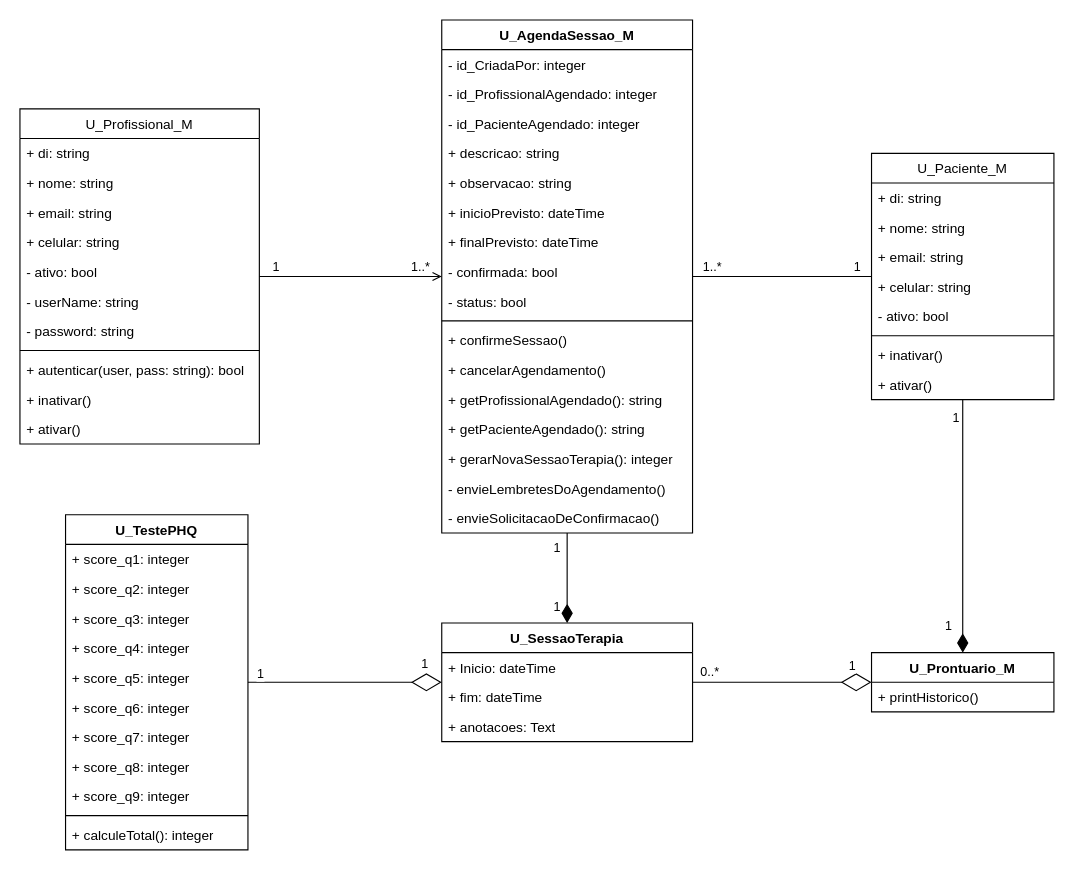
The draw.io diagram SGCP Diagrama de classes.drawio in samaronesalles/SGCP, before the edit. Source tidied: cells renumbered, new cells numbered last; positions are measured from the earlier drawing's top-left corner, leaving out a move shared by most shapes. Both pictures are drawn from the tidied source at 114%, with x=0, y=0 at pixel (19, 19).
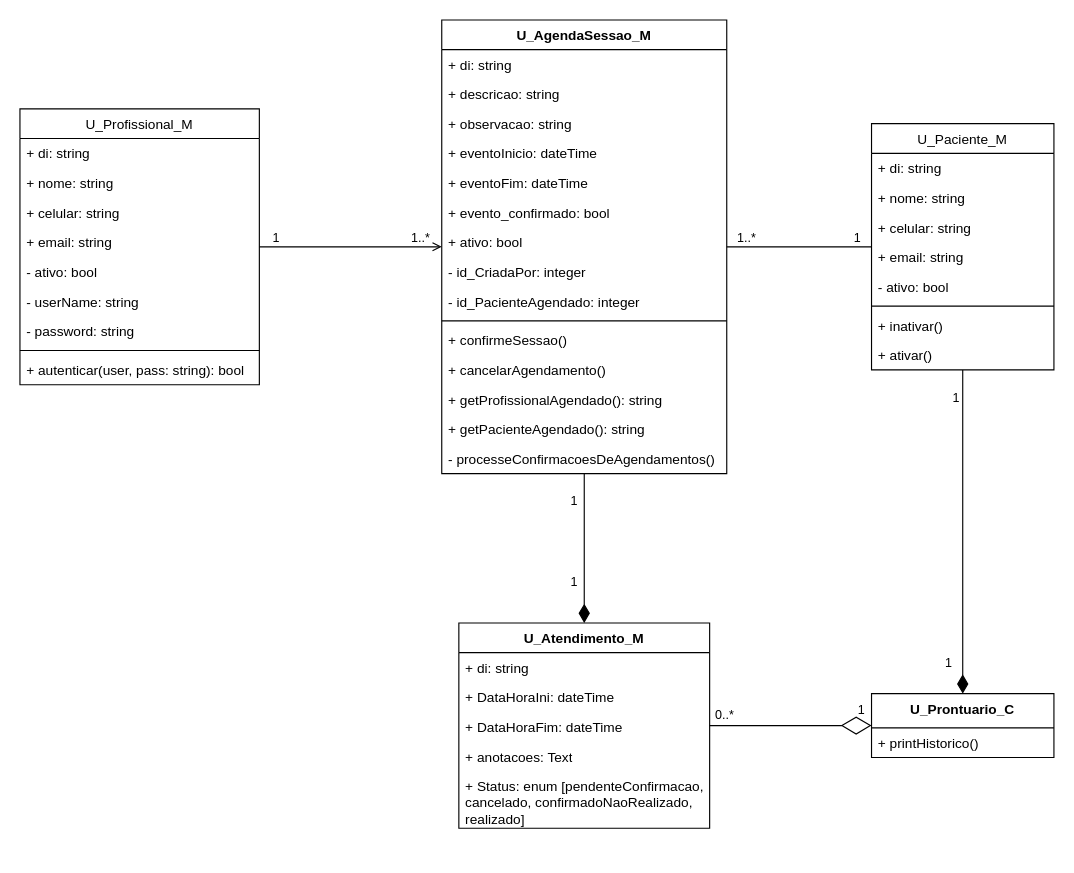
The same diagram, later.

Commit message (it also covers changes not shown here):
[*] Atualizado collection postman da API; [*] Correção de apresentação de eventos da agenda; [*] Atualizado modelo ER do banco de dados; [*] Atualizado modelo de classes utilizado.

Diff of the diagram source:
```diff
@@
     <mxCell id="2" value="&lt;span style=&quot;font-weight: 400;&quot;&gt;U_Profissional_M&lt;/span&gt;" style="swimlane;fontStyle=1;align=center;verticalAlign=top;horizontal=1;startSize=26;whiteSpace=wrap;html=1;" parent="1" vertex="1">
-      <mxGeometry y="78" width="210" height="294" as="geometry" />
+      <mxGeometry y="78" width="210" height="242" as="geometry" />
     </mxCell>
@@
+    <mxCell id="6" value="+ celular: string" style="text;strokeColor=none;fillColor=none;align=left;verticalAlign=top;spacingLeft=4;spacingRight=4;overflow=hidden;whiteSpace=wrap;html=1;" parent="2" vertex="1">
+      <mxGeometry y="78" width="210" height="26" as="geometry" />
+    </mxCell>
     <mxCell id="5" value="+ email: string" style="text;strokeColor=none;fillColor=none;align=left;verticalAlign=top;spacingLeft=4;spacingRight=4;overflow=hidden;whiteSpace=wrap;html=1;" parent="2" vertex="1">
-      <mxGeometry y="78" width="210" height="26" as="geometry" />
+      <mxGeometry y="104" width="210" height="26" as="geometry" />
     </mxCell>
-    <mxCell id="6" value="+ celular: string" style="text;strokeColor=none;fillColor=none;align=left;verticalAlign=top;spacingLeft=4;spacingRight=4;overflow=hidden;whiteSpace=wrap;html=1;" parent="2" vertex="1">
-      <mxGeometry y="104" width="210" height="26" as="geometry" />
-    </mxCell>
@@
-    <mxCell id="12" value="+ inativar()" style="text;strokeColor=none;fillColor=none;align=left;verticalAlign=top;spacingLeft=4;spacingRight=4;overflow=hidden;whiteSpace=wrap;html=1;" parent="2" vertex="1">
-      <mxGeometry y="242" width="210" height="26" as="geometry" />
-    </mxCell>
-    <mxCell id="13" value="+ ativar()" style="text;strokeColor=none;fillColor=none;align=left;verticalAlign=top;spacingLeft=4;spacingRight=4;overflow=hidden;whiteSpace=wrap;html=1;" parent="2" vertex="1">
-      <mxGeometry y="268" width="210" height="26" as="geometry" />
-    </mxCell>
     <mxCell id="14" value="&lt;span style=&quot;font-weight: 400;&quot;&gt;U_Paciente_M&lt;/span&gt;" style="swimlane;fontStyle=1;align=center;verticalAlign=top;horizontal=1;startSize=26;whiteSpace=wrap;html=1;" parent="1" vertex="1">
-      <mxGeometry x="747" y="117" width="160" height="216" as="geometry" />
+      <mxGeometry x="747" y="91" width="160" height="216" as="geometry" />
     </mxCell>
@@
+    <mxCell id="18" value="+ celular: string" style="text;strokeColor=none;fillColor=none;align=left;verticalAlign=top;spacingLeft=4;spacingRight=4;overflow=hidden;whiteSpace=wrap;html=1;" parent="14" vertex="1">
+      <mxGeometry y="78" width="160" height="26" as="geometry" />
+    </mxCell>
     <mxCell id="17" value="+ email: string" style="text;strokeColor=none;fillColor=none;align=left;verticalAlign=top;spacingLeft=4;spacingRight=4;overflow=hidden;whiteSpace=wrap;html=1;" parent="14" vertex="1">
-      <mxGeometry y="78" width="160" height="26" as="geometry" />
+      <mxGeometry y="104" width="160" height="26" as="geometry" />
     </mxCell>
-    <mxCell id="18" value="+ celular: string" style="text;strokeColor=none;fillColor=none;align=left;verticalAlign=top;spacingLeft=4;spacingRight=4;overflow=hidden;whiteSpace=wrap;html=1;" parent="14" vertex="1">
-      <mxGeometry y="104" width="160" height="26" as="geometry" />
-    </mxCell>
@@
     <mxCell id="23" value="U_AgendaSessao_M" style="swimlane;fontStyle=1;align=center;verticalAlign=top;horizontal=1;startSize=26;whiteSpace=wrap;html=1;" parent="1" vertex="1">
-      <mxGeometry x="370" width="220" height="450" as="geometry" />
+      <mxGeometry x="370" width="250" height="398" as="geometry" />
     </mxCell>
-    <mxCell id="24" value="- id_CriadaPor: integer" style="text;strokeColor=none;fillColor=none;align=left;verticalAlign=top;spacingLeft=4;spacingRight=4;overflow=hidden;whiteSpace=wrap;html=1;" parent="23" vertex="1">
-      <mxGeometry y="26" width="220" height="26" as="geometry" />
-    </mxCell>
-    <mxCell id="25" value="- id_ProfissionalAgendado: integer" style="text;strokeColor=none;fillColor=none;align=left;verticalAlign=top;spacingLeft=4;spacingRight=4;overflow=hidden;whiteSpace=wrap;html=1;" parent="23" vertex="1">
-      <mxGeometry y="52" width="220" height="26" as="geometry" />
+    <mxCell id="25" value="+ di: string" style="text;strokeColor=none;fillColor=none;align=left;verticalAlign=top;spacingLeft=4;spacingRight=4;overflow=hidden;whiteSpace=wrap;html=1;" parent="23" vertex="1">
+      <mxGeometry y="26" width="250" height="26" as="geometry" />
     </mxCell>
-    <mxCell id="26" value="- id_PacienteAgendado: integer" style="text;strokeColor=none;fillColor=none;align=left;verticalAlign=top;spacingLeft=4;spacingRight=4;overflow=hidden;whiteSpace=wrap;html=1;" parent="23" vertex="1">
-      <mxGeometry y="78" width="220" height="26" as="geometry" />
-    </mxCell>
     <mxCell id="27" value="+ descricao: string" style="text;strokeColor=none;fillColor=none;align=left;verticalAlign=top;spacingLeft=4;spacingRight=4;overflow=hidden;whiteSpace=wrap;html=1;" parent="23" vertex="1">
-      <mxGeometry y="104" width="220" height="26" as="geometry" />
+      <mxGeometry y="52" width="250" height="26" as="geometry" />
     </mxCell>
     <mxCell id="28" value="+ observacao: string" style="text;strokeColor=none;fillColor=none;align=left;verticalAlign=top;spacingLeft=4;spacingRight=4;overflow=hidden;whiteSpace=wrap;html=1;" parent="23" vertex="1">
-      <mxGeometry y="130" width="220" height="26" as="geometry" />
+      <mxGeometry y="78" width="250" height="26" as="geometry" />
     </mxCell>
-    <mxCell id="29" value="+ inicioPrevisto: dateTime" style="text;strokeColor=none;fillColor=none;align=left;verticalAlign=top;spacingLeft=4;spacingRight=4;overflow=hidden;whiteSpace=wrap;html=1;" parent="23" vertex="1">
-      <mxGeometry y="156" width="220" height="26" as="geometry" />
+    <mxCell id="29" value="+ eventoInicio: dateTime" style="text;strokeColor=none;fillColor=none;align=left;verticalAlign=top;spacingLeft=4;spacingRight=4;overflow=hidden;whiteSpace=wrap;html=1;" parent="23" vertex="1">
+      <mxGeometry y="104" width="250" height="26" as="geometry" />
     </mxCell>
-    <mxCell id="30" value="+ finalPrevisto: dateTime" style="text;strokeColor=none;fillColor=none;align=left;verticalAlign=top;spacingLeft=4;spacingRight=4;overflow=hidden;whiteSpace=wrap;html=1;" parent="23" vertex="1">
-      <mxGeometry y="182" width="220" height="26" as="geometry" />
+    <mxCell id="30" value="+ eventoFim: dateTime" style="text;strokeColor=none;fillColor=none;align=left;verticalAlign=top;spacingLeft=4;spacingRight=4;overflow=hidden;whiteSpace=wrap;html=1;" parent="23" vertex="1">
+      <mxGeometry y="130" width="250" height="26" as="geometry" />
     </mxCell>
-    <mxCell id="31" value="- confirmada: bool" style="text;strokeColor=none;fillColor=none;align=left;verticalAlign=top;spacingLeft=4;spacingRight=4;overflow=hidden;whiteSpace=wrap;html=1;" parent="23" vertex="1">
-      <mxGeometry y="208" width="220" height="26" as="geometry" />
+    <mxCell id="31" value="+ evento_confirmado: bool" style="text;strokeColor=none;fillColor=none;align=left;verticalAlign=top;spacingLeft=4;spacingRight=4;overflow=hidden;whiteSpace=wrap;html=1;" parent="23" vertex="1">
+      <mxGeometry y="156" width="250" height="26" as="geometry" />
     </mxCell>
-    <mxCell id="32" value="- status&lt;span style=&quot;background-color: initial;&quot;&gt;: bool&lt;/span&gt;" style="text;strokeColor=none;fillColor=none;align=left;verticalAlign=top;spacingLeft=4;spacingRight=4;overflow=hidden;whiteSpace=wrap;html=1;" parent="23" vertex="1">
-      <mxGeometry y="234" width="220" height="26" as="geometry" />
+    <mxCell id="32" value="+ ativo&lt;span style=&quot;background-color: initial;&quot;&gt;: bool&lt;/span&gt;" style="text;strokeColor=none;fillColor=none;align=left;verticalAlign=top;spacingLeft=4;spacingRight=4;overflow=hidden;whiteSpace=wrap;html=1;" parent="23" vertex="1">
+      <mxGeometry y="182" width="250" height="26" as="geometry" />
     </mxCell>
+    <mxCell id="24" value="- id_CriadaPor: integer" style="text;strokeColor=none;fillColor=none;align=left;verticalAlign=top;spacingLeft=4;spacingRight=4;overflow=hidden;whiteSpace=wrap;html=1;" parent="23" vertex="1">
+      <mxGeometry y="208" width="250" height="26" as="geometry" />
+    </mxCell>
+    <mxCell id="26" value="- id_PacienteAgendado: integer" style="text;strokeColor=none;fillColor=none;align=left;verticalAlign=top;spacingLeft=4;spacingRight=4;overflow=hidden;whiteSpace=wrap;html=1;" parent="23" vertex="1">
+      <mxGeometry y="234" width="250" height="26" as="geometry" />
+    </mxCell>
     <mxCell id="33" style="line;strokeWidth=1;fillColor=none;align=left;verticalAlign=middle;spacingTop=-1;spacingLeft=3;spacingRight=3;labelPosition=right;strokeColor=inherit;" parent="23" vertex="1">
-      <mxGeometry y="260" width="220" height="8" as="geometry" />
+      <mxGeometry y="260" width="250" height="8" as="geometry" />
     </mxCell>
     <mxCell id="34" value="+ confirmeSessao()" style="text;strokeColor=none;fillColor=none;align=left;verticalAlign=top;spacingLeft=4;spacingRight=4;overflow=hidden;whiteSpace=wrap;html=1;" parent="23" vertex="1">
-      <mxGeometry y="268" width="220" height="26" as="geometry" />
+      <mxGeometry y="268" width="250" height="26" as="geometry" />
     </mxCell>
     <mxCell id="35" value="+ cancelarAgendamento()" style="text;strokeColor=none;fillColor=none;align=left;verticalAlign=top;spacingLeft=4;spacingRight=4;overflow=hidden;whiteSpace=wrap;html=1;" parent="23" vertex="1">
-      <mxGeometry y="294" width="220" height="26" as="geometry" />
+      <mxGeometry y="294" width="250" height="26" as="geometry" />
     </mxCell>
     <mxCell id="36" value="+ getProfissionalAgendado(): string" style="text;strokeColor=none;fillColor=none;align=left;verticalAlign=top;spacingLeft=4;spacingRight=4;overflow=hidden;whiteSpace=wrap;html=1;" parent="23" vertex="1">
-      <mxGeometry y="320" width="220" height="26" as="geometry" />
+      <mxGeometry y="320" width="250" height="26" as="geometry" />
     </mxCell>
     <mxCell id="37" value="+ getPacienteAgendado(): string" style="text;strokeColor=none;fillColor=none;align=left;verticalAlign=top;spacingLeft=4;spacingRight=4;overflow=hidden;whiteSpace=wrap;html=1;" parent="23" vertex="1">
-      <mxGeometry y="346" width="220" height="26" as="geometry" />
+      <mxGeometry y="346" width="250" height="26" as="geometry" />
     </mxCell>
-    <mxCell id="38" value="+ gerarNovaSessaoTerapia(): integer" style="text;strokeColor=none;fillColor=none;align=left;verticalAlign=top;spacingLeft=4;spacingRight=4;overflow=hidden;whiteSpace=wrap;html=1;" parent="23" vertex="1">
-      <mxGeometry y="372" width="220" height="26" as="geometry" />
-    </mxCell>
-    <mxCell id="39" value="- envieLembretesDoAgendamento()" style="text;strokeColor=none;fillColor=none;align=left;verticalAlign=top;spacingLeft=4;spacingRight=4;overflow=hidden;whiteSpace=wrap;html=1;" parent="23" vertex="1">
-      <mxGeometry y="398" width="220" height="26" as="geometry" />
-    </mxCell>
-    <mxCell id="40" value="- envieSolicitacaoDeConfirmacao()" style="text;strokeColor=none;fillColor=none;align=left;verticalAlign=top;spacingLeft=4;spacingRight=4;overflow=hidden;whiteSpace=wrap;html=1;" parent="23" vertex="1">
-      <mxGeometry y="424" width="220" height="26" as="geometry" />
+    <mxCell id="40" value="- processeConfirmacoesDeAgendamentos()" style="text;strokeColor=none;fillColor=none;align=left;verticalAlign=top;spacingLeft=4;spacingRight=4;overflow=hidden;whiteSpace=wrap;html=1;" parent="23" vertex="1">
+      <mxGeometry y="372" width="250" height="26" as="geometry" />
     </mxCell>
@@
-    <mxCell id="47" value="U_SessaoTerapia" style="swimlane;fontStyle=1;align=center;verticalAlign=top;horizontal=1;startSize=26;whiteSpace=wrap;html=1;" parent="1" vertex="1">
-      <mxGeometry x="370" y="529" width="220" height="104" as="geometry" />
+    <mxCell id="47" value="U_Atendimento_M" style="swimlane;fontStyle=1;align=center;verticalAlign=top;horizontal=1;startSize=26;whiteSpace=wrap;html=1;" parent="1" vertex="1">
+      <mxGeometry x="385" y="529" width="220" height="180" as="geometry" />
     </mxCell>
+    <mxCell id="76" value="+ di: string" style="text;strokeColor=none;fillColor=none;align=left;verticalAlign=top;spacingLeft=4;spacingRight=4;overflow=hidden;whiteSpace=wrap;html=1;" parent="47" vertex="1">
+      <mxGeometry y="26" width="220" height="26" as="geometry" />
+    </mxCell>
-    <mxCell id="48" value="+ Inicio: dateTime" style="text;strokeColor=none;fillColor=none;align=left;verticalAlign=top;spacingLeft=4;spacingRight=4;overflow=hidden;whiteSpace=wrap;html=1;" parent="47" vertex="1">
-      <mxGeometry y="26" width="220" height="26" as="geometry" />
+    <mxCell id="48" value="+ DataHoraIni: dateTime" style="text;strokeColor=none;fillColor=none;align=left;verticalAlign=top;spacingLeft=4;spacingRight=4;overflow=hidden;whiteSpace=wrap;html=1;" parent="47" vertex="1">
+      <mxGeometry y="52" width="220" height="26" as="geometry" />
     </mxCell>
-    <mxCell id="49" value="+ fim: dateTime" style="text;strokeColor=none;fillColor=none;align=left;verticalAlign=top;spacingLeft=4;spacingRight=4;overflow=hidden;whiteSpace=wrap;html=1;" parent="47" vertex="1">
-      <mxGeometry y="52" width="220" height="26" as="geometry" />
+    <mxCell id="49" value="+ DataHoraFim: dateTime" style="text;strokeColor=none;fillColor=none;align=left;verticalAlign=top;spacingLeft=4;spacingRight=4;overflow=hidden;whiteSpace=wrap;html=1;" parent="47" vertex="1">
+      <mxGeometry y="78" width="220" height="26" as="geometry" />
     </mxCell>
     <mxCell id="50" value="+ anotacoes: Text" style="text;strokeColor=none;fillColor=none;align=left;verticalAlign=top;spacingLeft=4;spacingRight=4;overflow=hidden;whiteSpace=wrap;html=1;" parent="47" vertex="1">
-      <mxGeometry y="78" width="220" height="26" as="geometry" />
+      <mxGeometry y="104" width="220" height="26" as="geometry" />
     </mxCell>
+    <mxCell id="77" value="+ Status: enum [pendenteConfirmacao, cancelado, confirmadoNaoRealizado, realizado]" style="text;strokeColor=none;fillColor=none;align=left;verticalAlign=top;spacingLeft=4;spacingRight=4;overflow=hidden;whiteSpace=wrap;html=1;" parent="47" vertex="1">
+      <mxGeometry y="130" width="220" height="50" as="geometry" />
+    </mxCell>
-    <mxCell id="51" value="U_Prontuario_M" style="swimlane;fontStyle=1;align=center;verticalAlign=top;horizontal=1;startSize=26;whiteSpace=wrap;html=1;" parent="1" vertex="1">
-      <mxGeometry x="747" y="555" width="160" height="52" as="geometry" />
+    <mxCell id="51" value="U_Prontuario_C" style="swimlane;fontStyle=1;align=center;verticalAlign=top;horizontal=1;startSize=30;whiteSpace=wrap;html=1;" parent="1" vertex="1">
+      <mxGeometry x="747" y="591" width="160" height="56" as="geometry" />
     </mxCell>
     <mxCell id="52" value="+ printHistorico()" style="text;strokeColor=none;fillColor=none;align=left;verticalAlign=top;spacingLeft=4;spacingRight=4;overflow=hidden;whiteSpace=wrap;html=1;" parent="51" vertex="1">
-      <mxGeometry y="26" width="160" height="26" as="geometry" />
+      <mxGeometry y="30" width="160" height="26" as="geometry" />
     </mxCell>
@@
-    <mxCell id="61" value="U_TestePHQ" style="swimlane;fontStyle=1;align=center;verticalAlign=top;horizontal=1;startSize=26;whiteSpace=wrap;html=1;" parent="1" vertex="1">
-      <mxGeometry x="40" y="434" width="160" height="294" as="geometry" />
-    </mxCell>
-    <mxCell id="62" value="+ score_q1: integer" style="text;strokeColor=none;fillColor=none;align=left;verticalAlign=top;spacingLeft=4;spacingRight=4;overflow=hidden;whiteSpace=wrap;html=1;" parent="61" vertex="1">
-      <mxGeometry y="26" width="160" height="26" as="geometry" />
-    </mxCell>
-    <mxCell id="63" value="+ score_q2: integer" style="text;strokeColor=none;fillColor=none;align=left;verticalAlign=top;spacingLeft=4;spacingRight=4;overflow=hidden;whiteSpace=wrap;html=1;" parent="61" vertex="1">
-      <mxGeometry y="52" width="160" height="26" as="geometry" />
-    </mxCell>
-    <mxCell id="64" value="+ score_q3: integer" style="text;strokeColor=none;fillColor=none;align=left;verticalAlign=top;spacingLeft=4;spacingRight=4;overflow=hidden;whiteSpace=wrap;html=1;" parent="61" vertex="1">
-      <mxGeometry y="78" width="160" height="26" as="geometry" />
-    </mxCell>
-    <mxCell id="65" value="+ score_q4: integer" style="text;strokeColor=none;fillColor=none;align=left;verticalAlign=top;spacingLeft=4;spacingRight=4;overflow=hidden;whiteSpace=wrap;html=1;" parent="61" vertex="1">
-      <mxGeometry y="104" width="160" height="26" as="geometry" />
-    </mxCell>
-    <mxCell id="66" value="+ score_q5: integer" style="text;strokeColor=none;fillColor=none;align=left;verticalAlign=top;spacingLeft=4;spacingRight=4;overflow=hidden;whiteSpace=wrap;html=1;" parent="61" vertex="1">
-      <mxGeometry y="130" width="160" height="26" as="geometry" />
-    </mxCell>
-    <mxCell id="67" value="+ score_q6: integer" style="text;strokeColor=none;fillColor=none;align=left;verticalAlign=top;spacingLeft=4;spacingRight=4;overflow=hidden;whiteSpace=wrap;html=1;" parent="61" vertex="1">
-      <mxGeometry y="156" width="160" height="26" as="geometry" />
-    </mxCell>
-    <mxCell id="68" value="+ score_q7: integer" style="text;strokeColor=none;fillColor=none;align=left;verticalAlign=top;spacingLeft=4;spacingRight=4;overflow=hidden;whiteSpace=wrap;html=1;" parent="61" vertex="1">
-      <mxGeometry y="182" width="160" height="26" as="geometry" />
-    </mxCell>
-    <mxCell id="69" value="+ score_q8: integer" style="text;strokeColor=none;fillColor=none;align=left;verticalAlign=top;spacingLeft=4;spacingRight=4;overflow=hidden;whiteSpace=wrap;html=1;" parent="61" vertex="1">
-      <mxGeometry y="208" width="160" height="26" as="geometry" />
-    </mxCell>
-    <mxCell id="70" value="+ score_q9: integer" style="text;strokeColor=none;fillColor=none;align=left;verticalAlign=top;spacingLeft=4;spacingRight=4;overflow=hidden;whiteSpace=wrap;html=1;" parent="61" vertex="1">
-      <mxGeometry y="234" width="160" height="26" as="geometry" />
-    </mxCell>
-    <mxCell id="71" style="line;strokeWidth=1;fillColor=none;align=left;verticalAlign=middle;spacingTop=-1;spacingLeft=3;spacingRight=3;labelPosition=right;strokeColor=inherit;" parent="61" vertex="1">
-      <mxGeometry y="260" width="160" height="8" as="geometry" />
-    </mxCell>
-    <mxCell id="72" value="+ calculeTotal(): integer" style="text;strokeColor=none;fillColor=none;align=left;verticalAlign=top;spacingLeft=4;spacingRight=4;overflow=hidden;whiteSpace=wrap;html=1;" parent="61" vertex="1">
-      <mxGeometry y="268" width="160" height="26" as="geometry" />
-    </mxCell>
-    <mxCell id="73" style="endArrow=diamondThin;endFill=0;endSize=24;html=1;rounded=0;" parent="1" edge="1" source="61" target="47">
-      <mxGeometry relative="1" as="geometry" />
-    </mxCell>
-    <mxCell id="74" value="1" style="edgeLabel;html=1;align=center;verticalAlign=middle;" parent="73" vertex="1">
-      <mxGeometry x="0.32" y="-3" relative="1" as="geometry">
-        <mxPoint x="42" y="-20" as="offset" />
-      </mxGeometry>
-    </mxCell>
-    <mxCell id="75" value="1" style="edgeLabel;html=1;align=center;verticalAlign=middle;" parent="73" vertex="1">
-      <mxGeometry x="-0.57" relative="1" as="geometry">
-        <mxPoint x="-27" y="-8" as="offset" />
-      </mxGeometry>
-    </mxCell>
```
